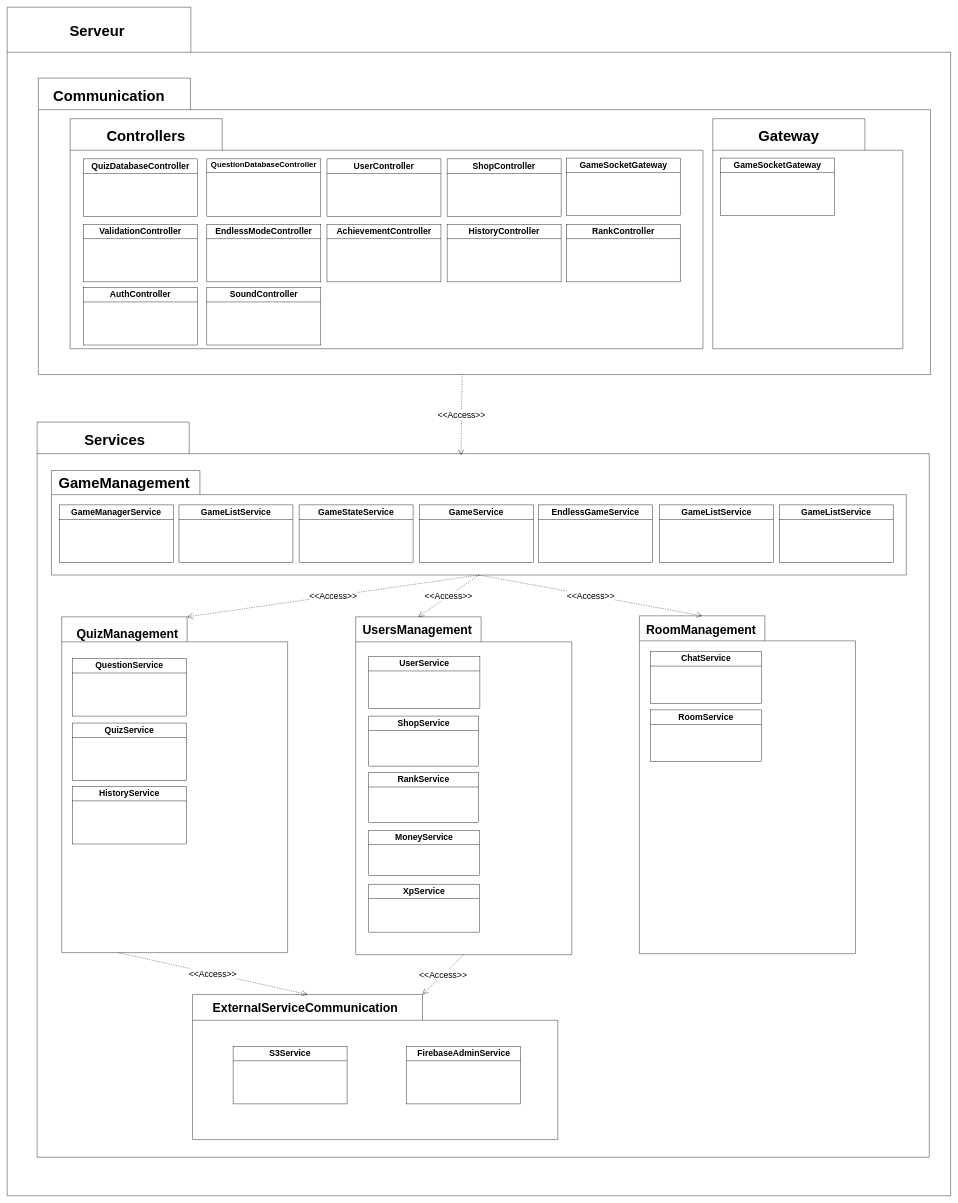
Earlier version of the draw.io diagram server.drawio (hamzayazough/LearnTogether). Source tidied: cells renumbered, new cells numbered last; positions are measured from the earlier drawing's top-left corner, leaving out a move shared by most shapes. Both pictures are drawn from the tidied source at 41%, with x=0, y=0 at pixel (7, 7).
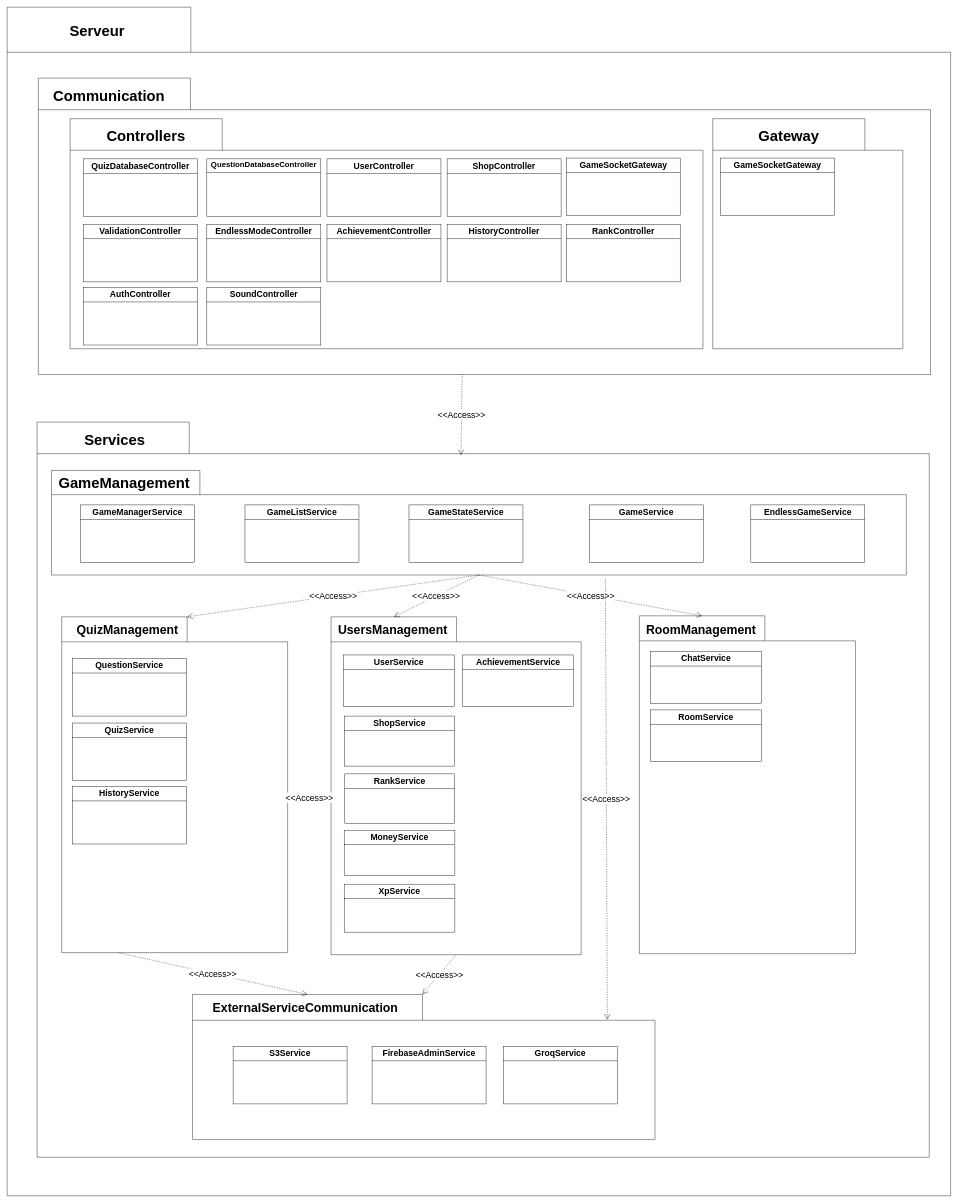
Above is the later version.

Commit message:
Mettre à jour server.drawio

Unchanged cells that the change refers to:
```xml
<mxCell id="26" style="shape=folder;fontStyle=1;spacingTop=10;tabWidth=362;tabHeight=59;tabPosition=left;html=1;whiteSpace=wrap;" parent="1" vertex="1">
  <mxGeometry x="108" y="1130" width="2085" height="255" as="geometry" />
</mxCell>
<mxCell id="33" style="shape=folder;fontStyle=1;spacingTop=10;tabWidth=306;tabHeight=61;tabPosition=left;html=1;whiteSpace=wrap;" parent="1" vertex="1">
  <mxGeometry x="133" y="1487" width="551" height="819" as="geometry" />
</mxCell>
```

Diff of the diagram source:
```diff
@@
     <mxCell id="27" value="&lt;p style=&quot;margin:0px;margin-top:4px;text-align:center;&quot;&gt;&lt;b&gt;&lt;font style=&quot;font-size: 21px;&quot;&gt;GameManagerService&lt;/font&gt;&lt;/b&gt;&lt;/p&gt;&lt;hr size=&quot;1&quot; style=&quot;border-style:solid;&quot;&gt;&lt;p style=&quot;margin:0px;margin-left:4px;&quot;&gt;&lt;/p&gt;&lt;p style=&quot;margin:0px;margin-left:4px;&quot;&gt;&lt;br&gt;&lt;/p&gt;" style="verticalAlign=top;align=left;overflow=fill;html=1;whiteSpace=wrap;" parent="1" vertex="1">
-      <mxGeometry x="127" y="1214" width="278" height="140" as="geometry" />
+      <mxGeometry x="178.5" y="1214" width="278" height="140" as="geometry" />
     </mxCell>
     <mxCell id="28" value="&lt;p style=&quot;margin:0px;margin-top:4px;text-align:center;&quot;&gt;&lt;b&gt;&lt;font style=&quot;font-size: 21px;&quot;&gt;GameListService&lt;/font&gt;&lt;/b&gt;&lt;/p&gt;&lt;hr size=&quot;1&quot; style=&quot;border-style:solid;&quot;&gt;&lt;p style=&quot;margin:0px;margin-left:4px;&quot;&gt;&lt;/p&gt;&lt;p style=&quot;margin:0px;margin-left:4px;&quot;&gt;&lt;br&gt;&lt;/p&gt;" style="verticalAlign=top;align=left;overflow=fill;html=1;whiteSpace=wrap;" parent="1" vertex="1">
-      <mxGeometry x="419" y="1214" width="278" height="140" as="geometry" />
+      <mxGeometry x="580" y="1214" width="278" height="140" as="geometry" />
     </mxCell>
     <mxCell id="29" value="&lt;p style=&quot;margin:0px;margin-top:4px;text-align:center;&quot;&gt;&lt;b&gt;&lt;font style=&quot;font-size: 21px;&quot;&gt;GameStateService&lt;/font&gt;&lt;/b&gt;&lt;/p&gt;&lt;hr size=&quot;1&quot; style=&quot;border-style:solid;&quot;&gt;&lt;p style=&quot;margin:0px;margin-left:4px;&quot;&gt;&lt;/p&gt;&lt;p style=&quot;margin:0px;margin-left:4px;&quot;&gt;&lt;br&gt;&lt;/p&gt;" style="verticalAlign=top;align=left;overflow=fill;html=1;whiteSpace=wrap;" parent="1" vertex="1">
-      <mxGeometry x="712" y="1214" width="278" height="140" as="geometry" />
+      <mxGeometry x="980" y="1214" width="278" height="140" as="geometry" />
     </mxCell>
     <mxCell id="30" value="&lt;p style=&quot;margin:0px;margin-top:4px;text-align:center;&quot;&gt;&lt;b&gt;&lt;font style=&quot;font-size: 21px;&quot;&gt;GameService&lt;/font&gt;&lt;/b&gt;&lt;/p&gt;&lt;hr size=&quot;1&quot; style=&quot;border-style:solid;&quot;&gt;&lt;p style=&quot;margin:0px;margin-left:4px;&quot;&gt;&lt;/p&gt;&lt;p style=&quot;margin:0px;margin-left:4px;&quot;&gt;&lt;br&gt;&lt;/p&gt;" style="verticalAlign=top;align=left;overflow=fill;html=1;whiteSpace=wrap;" parent="1" vertex="1">
-      <mxGeometry x="1005" y="1214" width="278" height="140" as="geometry" />
+      <mxGeometry x="1420" y="1214" width="278" height="140" as="geometry" />
     </mxCell>
     <mxCell id="31" value="&lt;p style=&quot;margin:0px;margin-top:4px;text-align:center;&quot;&gt;&lt;b&gt;&lt;font style=&quot;font-size: 21px;&quot;&gt;EndlessGameService&lt;/font&gt;&lt;/b&gt;&lt;/p&gt;&lt;hr size=&quot;1&quot; style=&quot;border-style:solid;&quot;&gt;&lt;p style=&quot;margin:0px;margin-left:4px;&quot;&gt;&lt;/p&gt;&lt;p style=&quot;margin:0px;margin-left:4px;&quot;&gt;&lt;br&gt;&lt;/p&gt;" style="verticalAlign=top;align=left;overflow=fill;html=1;whiteSpace=wrap;" parent="1" vertex="1">
-      <mxGeometry x="1296" y="1214" width="278" height="140" as="geometry" />
+      <mxGeometry x="1813.8" y="1214" width="278" height="140" as="geometry" />
     </mxCell>
-    <mxCell id="32" value="&lt;p style=&quot;margin:0px;margin-top:4px;text-align:center;&quot;&gt;&lt;b&gt;&lt;font style=&quot;font-size: 21px;&quot;&gt;GameListService&lt;/font&gt;&lt;/b&gt;&lt;/p&gt;&lt;hr size=&quot;1&quot; style=&quot;border-style:solid;&quot;&gt;&lt;p style=&quot;margin:0px;margin-left:4px;&quot;&gt;&lt;/p&gt;&lt;p style=&quot;margin:0px;margin-left:4px;&quot;&gt;&lt;br&gt;&lt;/p&gt;" style="verticalAlign=top;align=left;overflow=fill;html=1;whiteSpace=wrap;" parent="1" vertex="1">
-      <mxGeometry x="1591" y="1214" width="278" height="140" as="geometry" />
-    </mxCell>
@@
     <mxCell id="34" style="shape=folder;fontStyle=1;spacingTop=10;tabWidth=306;tabHeight=61;tabPosition=left;html=1;whiteSpace=wrap;" parent="1" vertex="1">
-      <mxGeometry x="850" y="1487" width="527" height="824" as="geometry" />
+      <mxGeometry x="790" y="1487" width="610" height="824" as="geometry" />
     </mxCell>
@@
     <mxCell id="41" value="&lt;font style=&quot;font-size: 30px;&quot;&gt;UsersManagement&lt;/font&gt;" style="text;align=center;fontStyle=1;verticalAlign=middle;spacingLeft=3;spacingRight=3;strokeColor=none;html=1;" parent="1" vertex="1">
-      <mxGeometry x="960" y="1506" width="80" height="24" as="geometry" />
+      <mxGeometry x="900" y="1506" width="80" height="24" as="geometry" />
     </mxCell>
@@
     <mxCell id="45" style="shape=folder;fontStyle=1;spacingTop=10;tabWidth=561;tabHeight=63;tabPosition=left;html=1;whiteSpace=wrap;" parent="1" vertex="1">
-      <mxGeometry x="452" y="2408" width="891" height="354" as="geometry" />
+      <mxGeometry x="452" y="2408" width="1128" height="354" as="geometry" />
     </mxCell>
     <mxCell id="46" value="&lt;font style=&quot;font-size: 30px;&quot;&gt;QuizManagement&lt;/font&gt;" style="text;align=center;fontStyle=1;verticalAlign=middle;spacingLeft=3;spacingRight=3;strokeColor=none;html=1;" parent="1" vertex="1">
-      <mxGeometry x="252.5" y="1516" width="80" height="24" as="geometry" />
+      <mxGeometry x="252.5" y="1506" width="80" height="24" as="geometry" />
     </mxCell>
@@
     <mxCell id="49" value="&lt;p style=&quot;margin:0px;margin-top:4px;text-align:center;&quot;&gt;&lt;b&gt;&lt;font style=&quot;font-size: 21px;&quot;&gt;FirebaseAdminService&lt;/font&gt;&lt;/b&gt;&lt;/p&gt;&lt;hr size=&quot;1&quot; style=&quot;border-style:solid;&quot;&gt;&lt;p style=&quot;margin:0px;margin-left:4px;&quot;&gt;&lt;/p&gt;&lt;p style=&quot;margin:0px;margin-left:4px;&quot;&gt;&lt;br&gt;&lt;/p&gt;" style="verticalAlign=top;align=left;overflow=fill;html=1;whiteSpace=wrap;" parent="1" vertex="1">
-      <mxGeometry x="974.5" y="2535" width="278" height="140" as="geometry" />
+      <mxGeometry x="890" y="2535" width="278" height="140" as="geometry" />
     </mxCell>
     <mxCell id="50" value="&lt;p style=&quot;margin:0px;margin-top:4px;text-align:center;&quot;&gt;&lt;b&gt;&lt;font style=&quot;font-size: 21px;&quot;&gt;UserService&lt;/font&gt;&lt;/b&gt;&lt;/p&gt;&lt;hr size=&quot;1&quot; style=&quot;border-style:solid;&quot;&gt;&lt;p style=&quot;margin:0px;margin-left:4px;&quot;&gt;&lt;/p&gt;&lt;p style=&quot;margin:0px;margin-left:4px;&quot;&gt;&lt;br&gt;&lt;/p&gt;" style="verticalAlign=top;align=left;overflow=fill;html=1;whiteSpace=wrap;" parent="1" vertex="1">
-      <mxGeometry x="882" y="1584" width="271" height="126" as="geometry" />
+      <mxGeometry x="820" y="1580" width="271" height="126" as="geometry" />
     </mxCell>
     <mxCell id="51" value="&lt;p style=&quot;margin:0px;margin-top:4px;text-align:center;&quot;&gt;&lt;b&gt;&lt;font style=&quot;font-size: 21px;&quot;&gt;ShopService&lt;/font&gt;&lt;/b&gt;&lt;/p&gt;&lt;hr size=&quot;1&quot; style=&quot;border-style:solid;&quot;&gt;&lt;p style=&quot;margin:0px;margin-left:4px;&quot;&gt;&lt;/p&gt;&lt;p style=&quot;margin:0px;margin-left:4px;&quot;&gt;&lt;br&gt;&lt;/p&gt;" style="verticalAlign=top;align=left;overflow=fill;html=1;whiteSpace=wrap;" parent="1" vertex="1">
-      <mxGeometry x="882" y="1729" width="268" height="122" as="geometry" />
+      <mxGeometry x="823" y="1729" width="268" height="122" as="geometry" />
     </mxCell>
     <mxCell id="52" value="&lt;p style=&quot;margin:0px;margin-top:4px;text-align:center;&quot;&gt;&lt;b&gt;&lt;font style=&quot;font-size: 21px;&quot;&gt;RankService&lt;/font&gt;&lt;/b&gt;&lt;/p&gt;&lt;hr size=&quot;1&quot; style=&quot;border-style:solid;&quot;&gt;&lt;p style=&quot;margin:0px;margin-left:4px;&quot;&gt;&lt;/p&gt;&lt;p style=&quot;margin:0px;margin-left:4px;&quot;&gt;&lt;br&gt;&lt;/p&gt;" style="verticalAlign=top;align=left;overflow=fill;html=1;whiteSpace=wrap;" parent="1" vertex="1">
-      <mxGeometry x="882" y="1867" width="267" height="121" as="geometry" />
+      <mxGeometry x="823.5" y="1870" width="267" height="121" as="geometry" />
     </mxCell>
     <mxCell id="53" value="&lt;p style=&quot;margin:0px;margin-top:4px;text-align:center;&quot;&gt;&lt;b&gt;&lt;font style=&quot;font-size: 21px;&quot;&gt;MoneyService&lt;/font&gt;&lt;/b&gt;&lt;/p&gt;&lt;hr size=&quot;1&quot; style=&quot;border-style:solid;&quot;&gt;&lt;p style=&quot;margin:0px;margin-left:4px;&quot;&gt;&lt;/p&gt;&lt;p style=&quot;margin:0px;margin-left:4px;&quot;&gt;&lt;br&gt;&lt;/p&gt;" style="verticalAlign=top;align=left;overflow=fill;html=1;whiteSpace=wrap;" parent="1" vertex="1">
-      <mxGeometry x="882" y="2008" width="270" height="110" as="geometry" />
+      <mxGeometry x="822" y="2008" width="270" height="110" as="geometry" />
     </mxCell>
-    <mxCell id="54" value="&lt;p style=&quot;margin:0px;margin-top:4px;text-align:center;&quot;&gt;&lt;b&gt;&lt;font style=&quot;font-size: 21px;&quot;&gt;GameListService&lt;/font&gt;&lt;/b&gt;&lt;/p&gt;&lt;hr size=&quot;1&quot; style=&quot;border-style:solid;&quot;&gt;&lt;p style=&quot;margin:0px;margin-left:4px;&quot;&gt;&lt;/p&gt;&lt;p style=&quot;margin:0px;margin-left:4px;&quot;&gt;&lt;br&gt;&lt;/p&gt;" style="verticalAlign=top;align=left;overflow=fill;html=1;whiteSpace=wrap;" parent="1" vertex="1">
-      <mxGeometry x="1883" y="1214" width="278" height="140" as="geometry" />
-    </mxCell>
     <mxCell id="55" value="&lt;p style=&quot;margin:0px;margin-top:4px;text-align:center;&quot;&gt;&lt;b&gt;&lt;font style=&quot;font-size: 21px;&quot;&gt;XpService&lt;/font&gt;&lt;/b&gt;&lt;/p&gt;&lt;hr size=&quot;1&quot; style=&quot;border-style:solid;&quot;&gt;&lt;p style=&quot;margin:0px;margin-left:4px;&quot;&gt;&lt;/p&gt;&lt;p style=&quot;margin:0px;margin-left:4px;&quot;&gt;&lt;br&gt;&lt;/p&gt;" style="verticalAlign=top;align=left;overflow=fill;html=1;whiteSpace=wrap;" parent="1" vertex="1">
-      <mxGeometry x="882" y="2139" width="270" height="117" as="geometry" />
+      <mxGeometry x="822" y="2139" width="270" height="117" as="geometry" />
     </mxCell>
@@
+    <mxCell id="60" value="&lt;p style=&quot;margin:0px;margin-top:4px;text-align:center;&quot;&gt;&lt;b&gt;&lt;font style=&quot;font-size: 21px;&quot;&gt;GroqService&lt;/font&gt;&lt;/b&gt;&lt;/p&gt;&lt;hr size=&quot;1&quot; style=&quot;border-style:solid;&quot;&gt;&lt;p style=&quot;margin:0px;margin-left:4px;&quot;&gt;&lt;/p&gt;&lt;p style=&quot;margin:0px;margin-left:4px;&quot;&gt;&lt;br&gt;&lt;/p&gt;" style="verticalAlign=top;align=left;overflow=fill;html=1;whiteSpace=wrap;" parent="1" vertex="1">
+      <mxGeometry x="1210" y="2535" width="278" height="140" as="geometry" />
+    </mxCell>
+    <mxCell id="61" value="&lt;p style=&quot;margin:0px;margin-top:4px;text-align:center;&quot;&gt;&lt;b&gt;&lt;font style=&quot;font-size: 21px;&quot;&gt;AchievementService&lt;/font&gt;&lt;/b&gt;&lt;/p&gt;&lt;hr size=&quot;1&quot; style=&quot;border-style:solid;&quot;&gt;&lt;p style=&quot;margin:0px;margin-left:4px;&quot;&gt;&lt;/p&gt;&lt;p style=&quot;margin:0px;margin-left:4px;&quot;&gt;&lt;br&gt;&lt;/p&gt;" style="verticalAlign=top;align=left;overflow=fill;html=1;whiteSpace=wrap;" parent="1" vertex="1">
+      <mxGeometry x="1111" y="1580" width="271" height="126" as="geometry" />
+    </mxCell>
+    <mxCell id="62" value="&lt;font style=&quot;font-size: 21px;&quot;&gt;&amp;lt;&amp;lt;Access&amp;gt;&amp;gt;&lt;/font&gt;" style="endArrow=open;endSize=12;dashed=1;html=1;rounded=1;fontSize=12;curved=0;exitX=0.648;exitY=1.033;exitDx=0;exitDy=0;exitPerimeter=0;entryX=0.897;entryY=0.174;entryDx=0;entryDy=0;entryPerimeter=0;" parent="1" edge="1" source="26" target="45">
+      <mxGeometry relative="1" as="geometry" />
+    </mxCell>
+    <mxCell id="63" value="&lt;font style=&quot;font-size: 21px;&quot;&gt;&amp;lt;&amp;lt;Access&amp;gt;&amp;gt;&lt;/font&gt;" style="endArrow=open;endSize=12;dashed=1;html=1;rounded=0;fontSize=12;curved=1;exitX=0;exitY=0;exitDx=551;exitDy=440;exitPerimeter=0;entryX=0;entryY=0;entryDx=0;entryDy=442.5;entryPerimeter=0;" parent="1" edge="1" source="33" target="34">
+      <mxGeometry relative="1" as="geometry" />
+    </mxCell>
```
